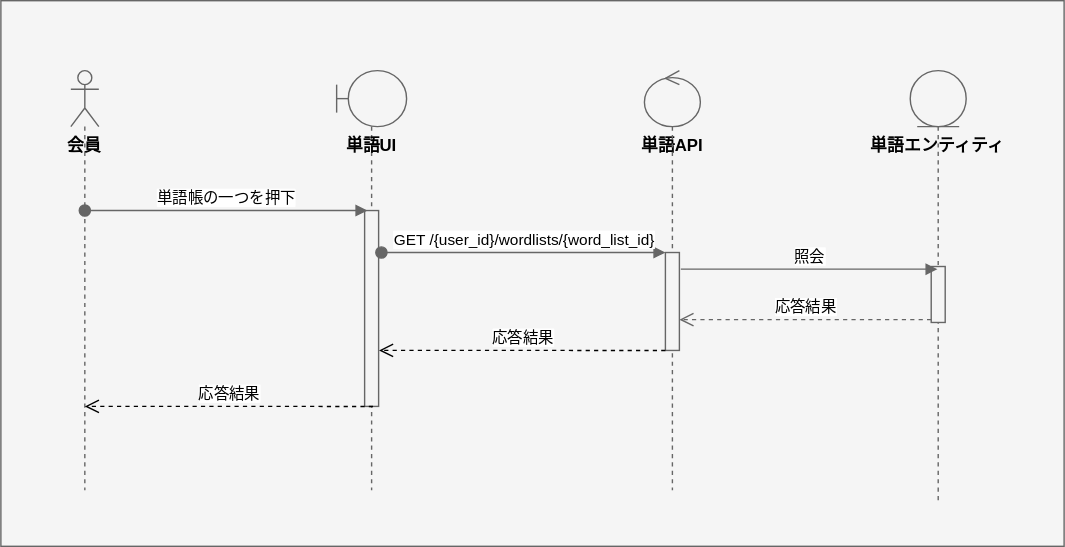
Above: docs/images/sequence/SQ1_112_会員は単語の一覧が確認できる.drawio.svg in rikkyrice/typing-game (draw.io), before the change. Source tidied: cells renumbered, new cells last; positions are measured from the earlier drawing's top-left corner, leaving out a move shared by most shapes.
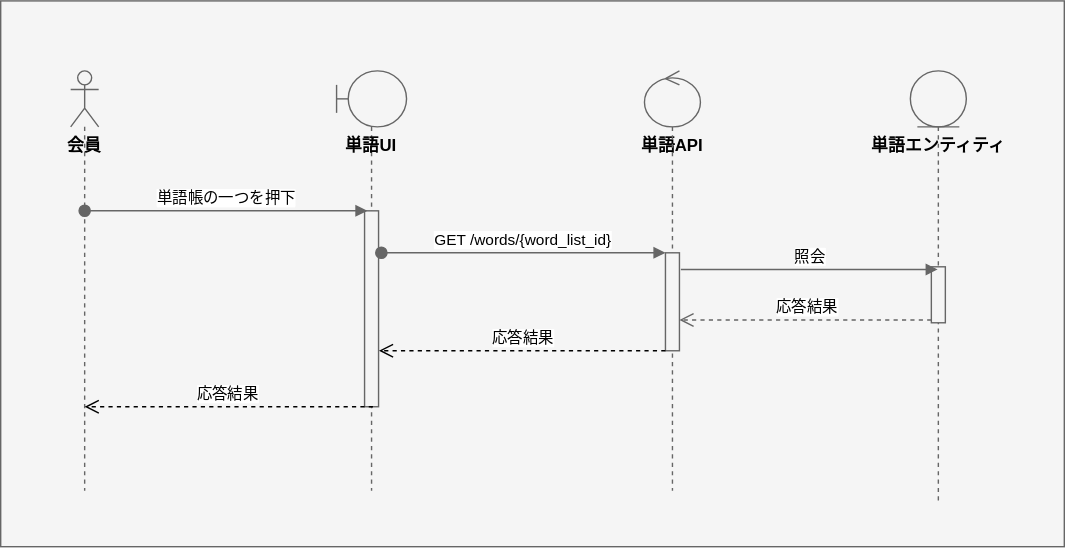
Above is the later version.

What changed in the source:
```diff
@@ -43,7 +43,7 @@
         <mxPoint x="60" y="150" as="sourcePoint" />
       </mxGeometry>
     </mxCell>
-    <mxCell id="15" value="&lt;span style=&quot;background-color: rgb(255 , 255 , 255)&quot;&gt;GET /{user_id}/wordlists/{word_list_id}&lt;/span&gt;" style="html=1;verticalAlign=bottom;startArrow=oval;endArrow=block;startSize=8;fontColor=#000000;fillColor=#f5f5f5;strokeColor=#666666;" parent="1" edge="1" target="12">
+    <mxCell id="15" value="&lt;span style=&quot;background-color: rgb(255 , 255 , 255)&quot;&gt;GET /words/{word_list_id}&lt;/span&gt;" style="html=1;verticalAlign=bottom;startArrow=oval;endArrow=block;startSize=8;fontColor=#000000;fillColor=#f5f5f5;strokeColor=#666666;" parent="1" edge="1" target="12">
       <mxGeometry relative="1" as="geometry">
         <mxPoint x="272" y="180" as="sourcePoint" />
       </mxGeometry>
```
